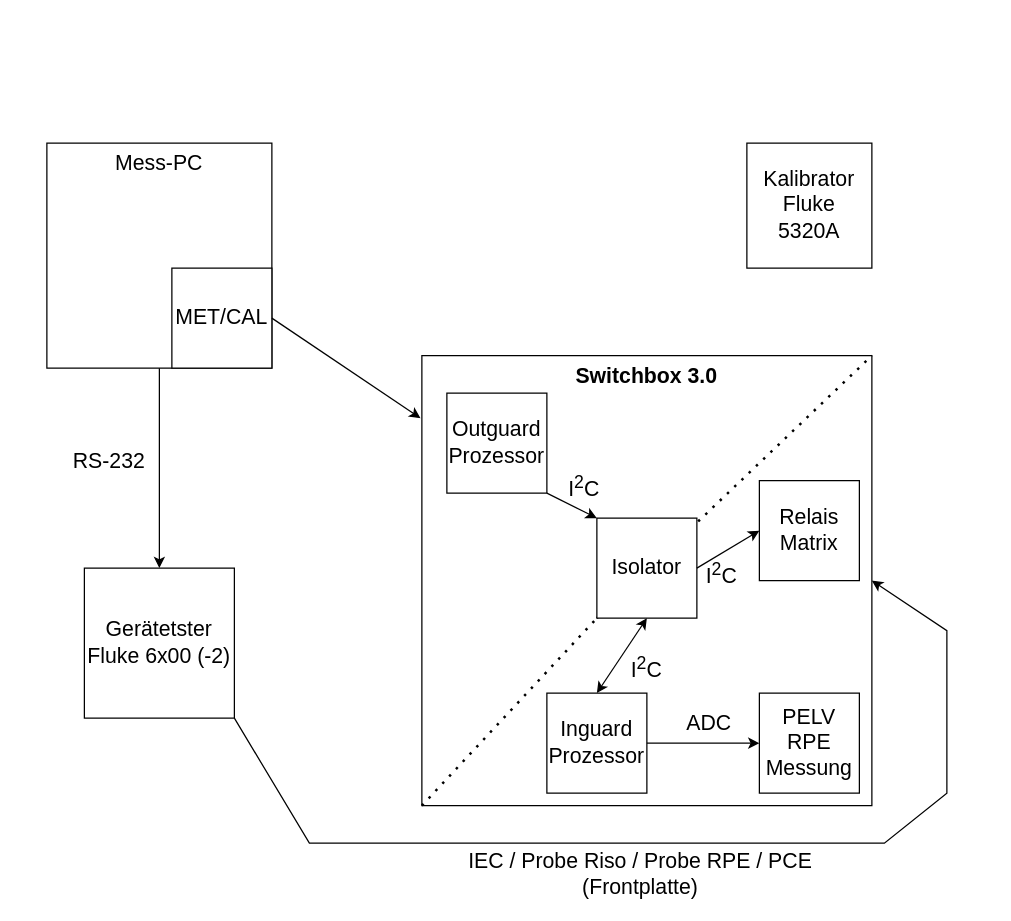
Above: Switchbox-Projektübersicht.drawio in Lostqw1/Funfun (draw.io), before the change. Source tidied: cells renumbered, new cells numbered last; positions are measured from the earlier drawing's top-left corner, leaving out a move shared by most shapes. Both pictures are drawn from the tidied source at 125%, with x=0, y=0 at pixel (21, 142).
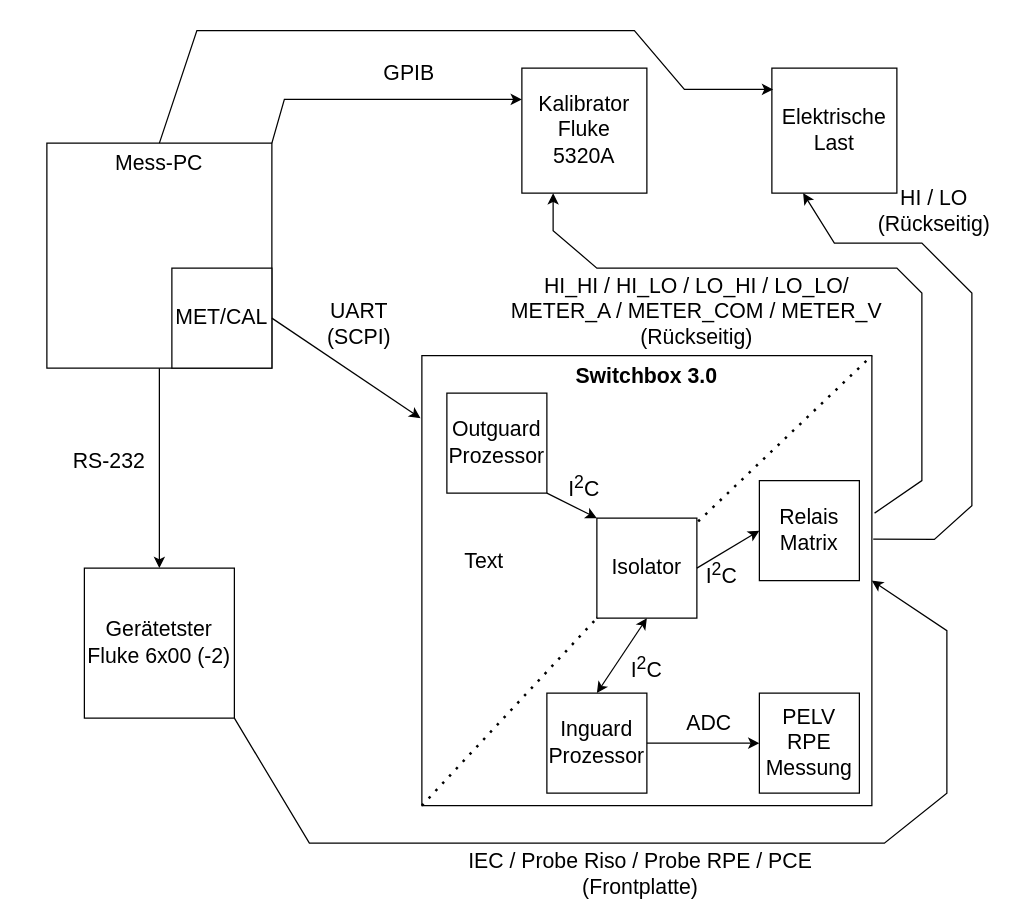
The same page after the edit.

Unchanged cells that the change refers to:
```xml
<mxCell id="2" value="Switchbox 3.0" style="whiteSpace=wrap;html=1;fontSize=17;fontStyle=1;verticalAlign=top;" parent="1" vertex="1">
  <mxGeometry x="320" y="170" width="360" height="360" as="geometry" />
</mxCell>
<mxCell id="3" value="Mess-PC" style="whiteSpace=wrap;html=1;fontSize=17;verticalAlign=top;" parent="1" vertex="1">
  <mxGeometry x="20" width="180" height="180" as="geometry" />
</mxCell>
```

Diff of the diagram source:
```diff
@@
     <mxCell id="5" value="Kalibrator&lt;br&gt;Fluke&lt;br&gt;5320A" style="whiteSpace=wrap;html=1;fontSize=17;" parent="1" vertex="1">
-      <mxGeometry x="580" width="100" height="100" as="geometry" />
+      <mxGeometry x="400" y="-60" width="100" height="100" as="geometry" />
     </mxCell>
@@
+    <mxCell id="27" style="endArrow=classic;html=1;rounded=0;fontSize=17;exitX=1;exitY=0;exitDx=0;exitDy=0;entryX=0;entryY=0.25;entryDx=0;entryDy=0;" parent="1" edge="1" source="3" target="5">
+      <mxGeometry relative="1" as="geometry">
+        <Array as="points">
+          <mxPoint x="210" y="-35" />
+        </Array>
+      </mxGeometry>
+    </mxCell>
+    <mxCell id="28" value="GPIB" style="text;html=1;strokeColor=none;fillColor=none;align=center;verticalAlign=middle;whiteSpace=wrap;rounded=0;fontSize=17;" parent="1" vertex="1">
+      <mxGeometry x="280" y="-70" width="60" height="30" as="geometry" />
+    </mxCell>
+    <mxCell id="29" style="endArrow=classic;html=1;rounded=0;fontSize=17;entryX=0.25;entryY=1;entryDx=0;entryDy=0;exitX=1.006;exitY=0.35;exitDx=0;exitDy=0;exitPerimeter=0;" parent="1" edge="1" source="2" target="5">
+      <mxGeometry relative="1" as="geometry">
+        <Array as="points">
+          <mxPoint x="720" y="270" />
+          <mxPoint x="720" y="120" />
+          <mxPoint x="700" y="100" />
+          <mxPoint x="460" y="100" />
+          <mxPoint x="425" y="70" />
+        </Array>
+      </mxGeometry>
+    </mxCell>
+    <mxCell id="30" value="UART&lt;br&gt;(SCPI)" style="text;html=1;strokeColor=none;fillColor=none;align=center;verticalAlign=middle;whiteSpace=wrap;rounded=0;fontSize=17;" parent="1" vertex="1">
+      <mxGeometry x="240" y="130" width="60" height="30" as="geometry" />
+    </mxCell>
+    <mxCell id="31" value="Text" style="text;html=1;strokeColor=none;fillColor=none;align=center;verticalAlign=middle;whiteSpace=wrap;rounded=0;fontSize=17;" parent="1" vertex="1">
+      <mxGeometry x="340" y="320" width="60" height="30" as="geometry" />
+    </mxCell>
+    <mxCell id="32" value="HI_HI / HI_LO / LO_HI / LO_LO/ METER_A / METER_COM / METER_V&lt;br&gt;(Rückseitig)" style="text;html=1;strokeColor=none;fillColor=none;align=center;verticalAlign=middle;whiteSpace=wrap;rounded=0;fontSize=17;" parent="1" vertex="1">
+      <mxGeometry x="390" y="120" width="300" height="30" as="geometry" />
+    </mxCell>
+    <mxCell id="33" value="Elektrische&lt;br&gt;Last" style="whiteSpace=wrap;html=1;fontSize=17;" parent="1" vertex="1">
+      <mxGeometry x="600" y="-60" width="100" height="100" as="geometry" />
+    </mxCell>
+    <mxCell id="34" style="endArrow=classic;html=1;rounded=0;fontSize=17;entryX=0.25;entryY=1;entryDx=0;entryDy=0;exitX=1.003;exitY=0.408;exitDx=0;exitDy=0;exitPerimeter=0;" parent="1" edge="1" source="2" target="33">
+      <mxGeometry relative="1" as="geometry">
+        <Array as="points">
+          <mxPoint x="730" y="317" />
+          <mxPoint x="760" y="290" />
+          <mxPoint x="760" y="120" />
+          <mxPoint x="720" y="80" />
+          <mxPoint x="650" y="80" />
+        </Array>
+      </mxGeometry>
+    </mxCell>
+    <mxCell id="35" value="HI / LO&lt;br&gt;(Rückseitig)" style="text;html=1;strokeColor=none;fillColor=none;align=center;verticalAlign=middle;whiteSpace=wrap;rounded=0;fontSize=17;" parent="1" vertex="1">
+      <mxGeometry x="700" y="40" width="60" height="30" as="geometry" />
+    </mxCell>
+    <mxCell id="36" style="endArrow=classic;html=1;rounded=0;fontSize=17;entryX=0.01;entryY=0.17;entryDx=0;entryDy=0;entryPerimeter=0;exitX=0.5;exitY=0;exitDx=0;exitDy=0;" parent="1" edge="1" source="3" target="33">
+      <mxGeometry relative="1" as="geometry">
+        <Array as="points">
+          <mxPoint x="140" y="-90" />
+          <mxPoint x="490" y="-90" />
+          <mxPoint x="530" y="-43" />
+        </Array>
+      </mxGeometry>
+    </mxCell>
```
